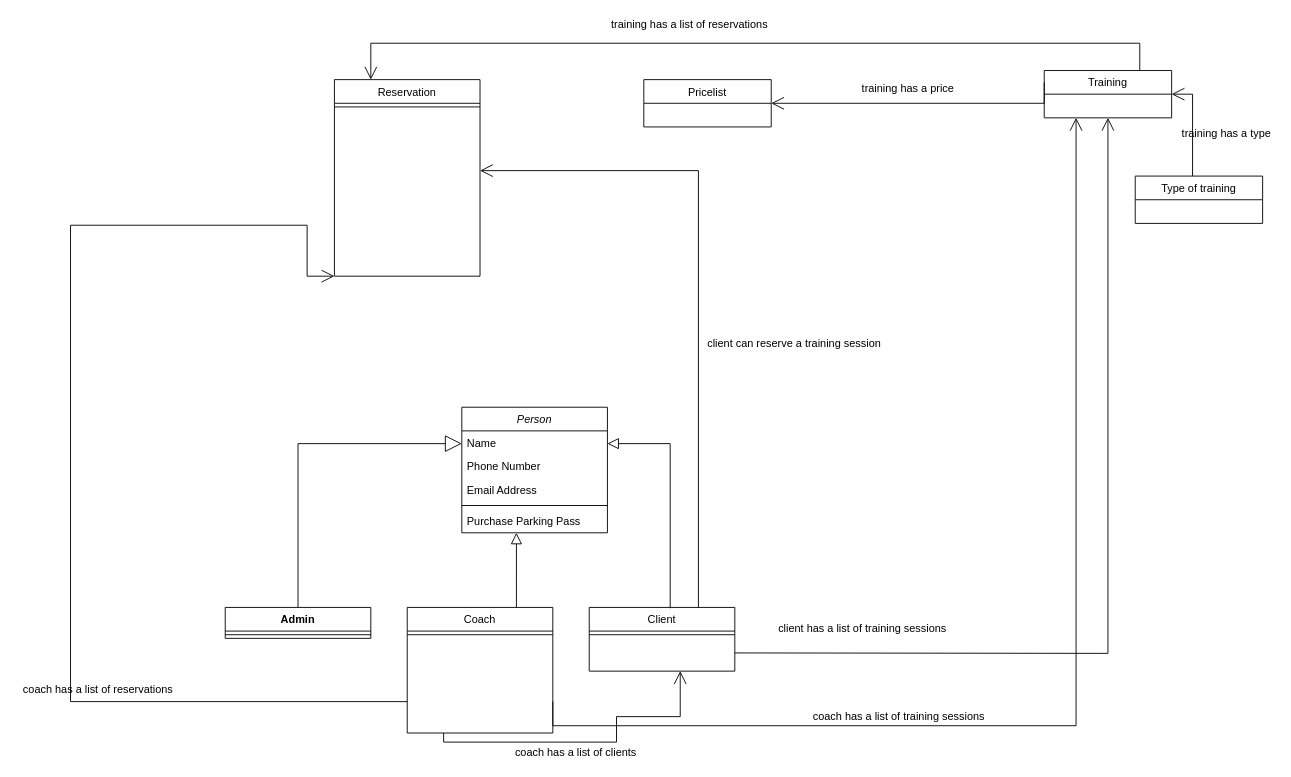
Before: TwiggyDataModel.drawio in ElenaKrunic/TwiggyGymSoftware, a draw.io diagram. Source tidied: cells renumbered, new cells numbered last; positions are measured from the earlier drawing's top-left corner, leaving out a move shared by most shapes. Both pictures are drawn from the tidied source at 91%, with x=0, y=0 at pixel (15, 15).
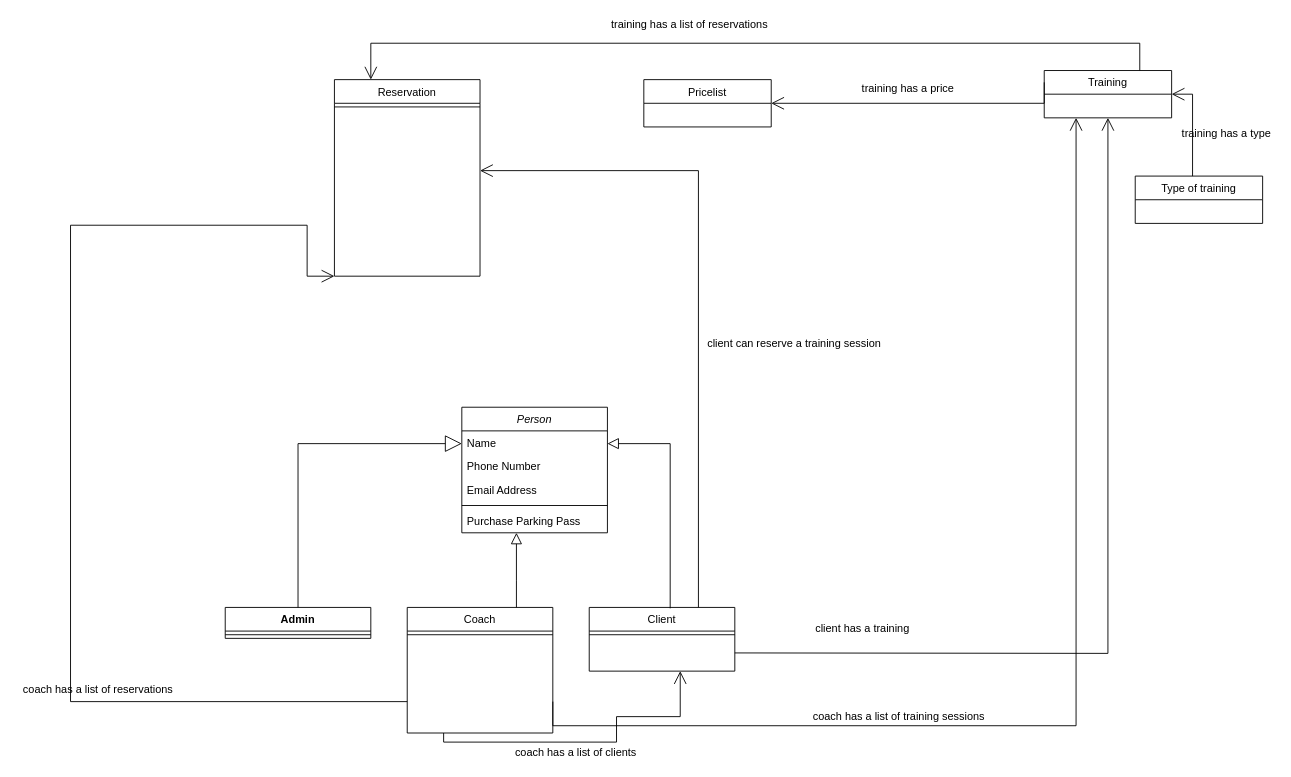
The same diagram, later.

Diff of the diagram source:
```diff
@@
-    <mxCell id="22" value="client has a list of training sessions" style="text;html=1;align=center;verticalAlign=middle;strokeColor=none;fillColor=none;" parent="1" vertex="1">
-      <mxGeometry x="830" y="664" width="200" height="20" as="geometry" />
+    <mxCell id="22" value="client has a training" style="text;html=1;align=center;verticalAlign=middle;strokeColor=none;fillColor=none;" parent="1" vertex="1">
+      <mxGeometry x="870" y="664" width="120" height="20" as="geometry" />
     </mxCell>
```
